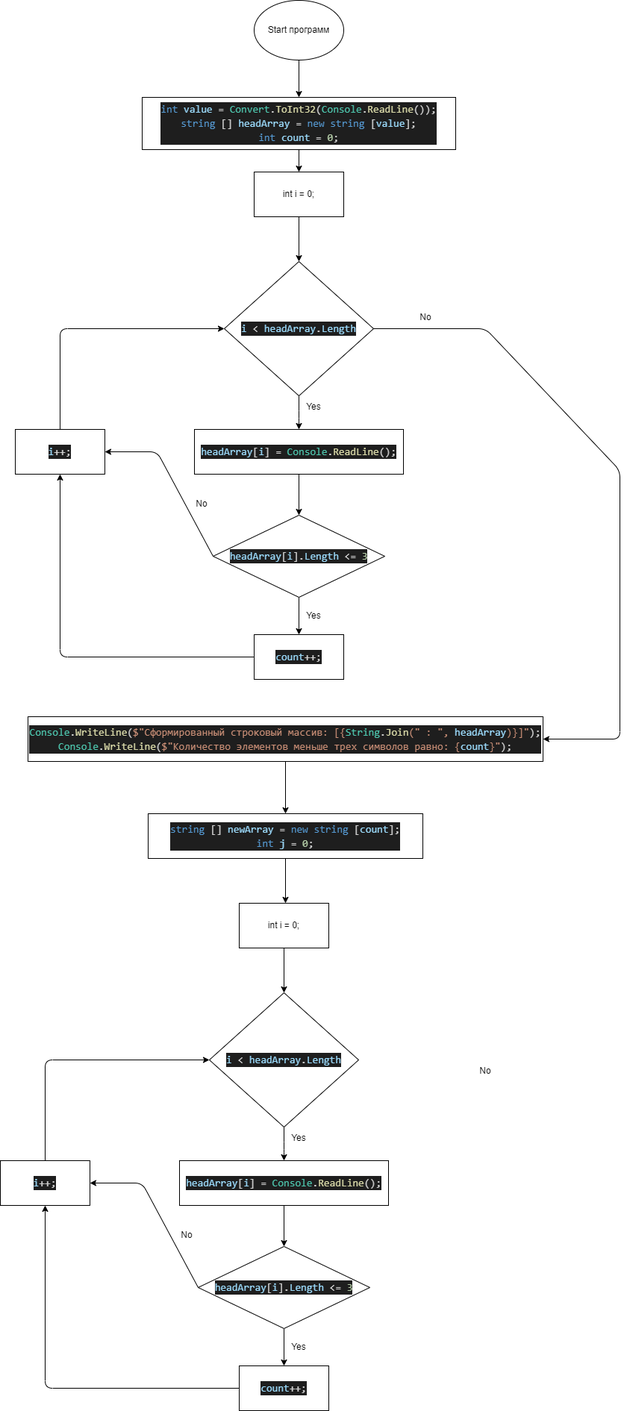
Before: strusctureMyTask.drawio.png, a diagram exported from draw.io (IgorGuselnikov/exam_of_first_quater). Source tidied: cells renumbered, new cells last; positions are measured from the earlier drawing's top-left corner, leaving out a move shared by most shapes.
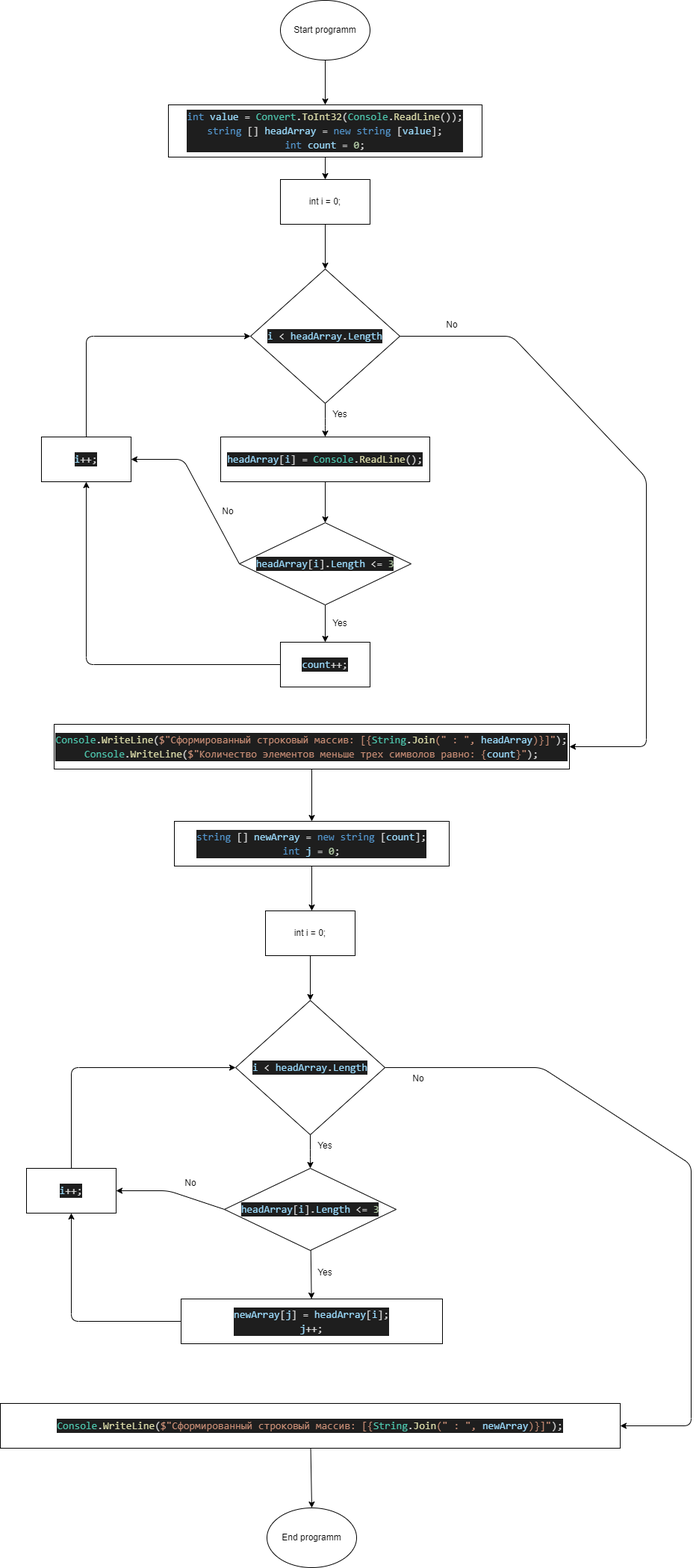
The same file after the commit.

Commit message:
edit file of structure of programm

Change to the diagram source:
```diff
@@ -5,8 +5,8 @@
     <mxCell id="2" style="edgeStyle=none;html=1;" parent="1" edge="1" source="3" target="5">
       <mxGeometry relative="1" as="geometry" />
     </mxCell>
-    <mxCell id="3" value="Start программ" style="ellipse;whiteSpace=wrap;html=1;" parent="1" vertex="1">
-      <mxGeometry x="340" width="120" height="80" as="geometry" />
+    <mxCell id="3" value="Start programm" style="ellipse;whiteSpace=wrap;html=1;" parent="1" vertex="1">
+      <mxGeometry x="340" y="-10" width="120" height="80" as="geometry" />
     </mxCell>
     <mxCell id="4" style="edgeStyle=none;html=1;" parent="1" edge="1" source="5" target="9">
       <mxGeometry relative="1" as="geometry" />
@@ -104,14 +104,24 @@
     <mxCell id="27" value="&lt;div style=&quot;color: rgb(212 , 212 , 212) ; background-color: rgb(30 , 30 , 30) ; font-family: &amp;#34;consolas&amp;#34; , &amp;#34;courier new&amp;#34; , monospace ; font-size: 14px ; line-height: 19px&quot;&gt;&lt;div&gt;&lt;span style=&quot;color: #569cd6&quot;&gt;string&lt;/span&gt; [] &lt;span style=&quot;color: #9cdcfe&quot;&gt;newArray&lt;/span&gt; = &lt;span style=&quot;color: #569cd6&quot;&gt;new&lt;/span&gt; &lt;span style=&quot;color: #569cd6&quot;&gt;string&lt;/span&gt; [&lt;span style=&quot;color: #9cdcfe&quot;&gt;count&lt;/span&gt;];&lt;/div&gt;&lt;div&gt;&lt;span style=&quot;color: #569cd6&quot;&gt;int&lt;/span&gt; &lt;span style=&quot;color: #9cdcfe&quot;&gt;j&lt;/span&gt; = &lt;span style=&quot;color: #b5cea8&quot;&gt;0&lt;/span&gt;;&lt;/div&gt;&lt;/div&gt;" style="rounded=0;whiteSpace=wrap;html=1;" parent="1" vertex="1">
       <mxGeometry x="198" y="1090" width="368" height="60" as="geometry" />
     </mxCell>
-    <mxCell id="28" style="edgeStyle=none;html=1;" parent="1" edge="1" source="29" target="33">
+    <mxCell id="28" style="edgeStyle=none;html=1;" parent="1" edge="1" source="29">
       <mxGeometry relative="1" as="geometry">
+        <mxPoint x="380" y="1555" as="targetPoint" />
         <Array as="points">
           <mxPoint x="380" y="1540" />
         </Array>
       </mxGeometry>
     </mxCell>
+    <mxCell id="45" style="edgeStyle=none;html=1;exitX=1;exitY=0.5;exitDx=0;exitDy=0;entryX=1;entryY=0.5;entryDx=0;entryDy=0;" parent="1" edge="1" source="29" target="47">
+      <mxGeometry relative="1" as="geometry">
+        <Array as="points">
+          <mxPoint x="690" y="1420" />
+          <mxPoint x="890" y="1550" />
+          <mxPoint x="890" y="1900" />
+        </Array>
+      </mxGeometry>
+    </mxCell>
-    <mxCell id="29" value="&lt;div style=&quot;color: rgb(212 , 212 , 212) ; background-color: rgb(30 , 30 , 30) ; font-family: &amp;#34;consolas&amp;#34; , &amp;#34;courier new&amp;#34; , monospace ; font-size: 14px ; line-height: 19px&quot;&gt;&lt;span style=&quot;color: #9cdcfe&quot;&gt;i&lt;/span&gt; &amp;lt; &lt;span style=&quot;color: #9cdcfe&quot;&gt;headArray&lt;/span&gt;.&lt;span style=&quot;color: #9cdcfe&quot;&gt;Length&lt;/span&gt;&lt;/div&gt;" style="rhombus;whiteSpace=wrap;html=1;" parent="1" vertex="1">
+    <mxCell id="29" value="&lt;div style=&quot;color: rgb(212 , 212 , 212) ; background-color: rgb(30 , 30 , 30) ; font-family: &amp;#34;consolas&amp;#34; , &amp;#34;courier new&amp;#34; , monospace ; font-size: 14px ; line-height: 19px&quot;&gt;&lt;div style=&quot;font-family: &amp;#34;consolas&amp;#34; , &amp;#34;courier new&amp;#34; , monospace ; line-height: 19px&quot;&gt;&lt;span style=&quot;color: #9cdcfe&quot;&gt;i&lt;/span&gt; &amp;lt; &lt;span style=&quot;color: #9cdcfe&quot;&gt;headArray&lt;/span&gt;.&lt;span style=&quot;color: #9cdcfe&quot;&gt;Length&lt;/span&gt;&lt;/div&gt;&lt;/div&gt;" style="rhombus;whiteSpace=wrap;html=1;" parent="1" vertex="1">
       <mxGeometry x="280" y="1330" width="200" height="180" as="geometry" />
     </mxCell>
     <mxCell id="30" style="edgeStyle=none;html=1;" parent="1" edge="1" source="31" target="29">
@@ -120,12 +130,11 @@
     <mxCell id="31" value="int i = 0;" style="rounded=0;whiteSpace=wrap;html=1;" parent="1" vertex="1">
       <mxGeometry x="320" y="1210" width="120" height="60" as="geometry" />
     </mxCell>
-    <mxCell id="32" style="edgeStyle=none;html=1;" parent="1" edge="1" source="33" target="36">
-      <mxGeometry relative="1" as="geometry" />
+    <mxCell id="32" style="edgeStyle=none;html=1;" parent="1" edge="1" target="36">
+      <mxGeometry relative="1" as="geometry">
+        <mxPoint x="380" y="1615" as="sourcePoint" />
+      </mxGeometry>
     </mxCell>
-    <mxCell id="33" value="&lt;div style=&quot;color: rgb(212 , 212 , 212) ; background-color: rgb(30 , 30 , 30) ; font-family: &amp;#34;consolas&amp;#34; , &amp;#34;courier new&amp;#34; , monospace ; font-size: 14px ; line-height: 19px&quot;&gt;&lt;span style=&quot;color: #9cdcfe&quot;&gt;headArray&lt;/span&gt;[&lt;span style=&quot;color: #9cdcfe&quot;&gt;i&lt;/span&gt;] = &lt;span style=&quot;color: #4ec9b0&quot;&gt;Console&lt;/span&gt;.&lt;span style=&quot;color: #dcdcaa&quot;&gt;ReadLine&lt;/span&gt;();&lt;/div&gt;" style="rounded=0;whiteSpace=wrap;html=1;" parent="1" vertex="1">
-      <mxGeometry x="240" y="1555" width="280" height="60" as="geometry" />
-    </mxCell>
     <mxCell id="34" style="edgeStyle=none;html=1;" parent="1" edge="1" source="36" target="38">
       <mxGeometry relative="1" as="geometry" />
     </mxCell>
@@ -136,18 +145,18 @@
         </Array>
       </mxGeometry>
     </mxCell>
-    <mxCell id="36" value="&lt;div style=&quot;color: rgb(212 , 212 , 212) ; background-color: rgb(30 , 30 , 30) ; font-family: &amp;#34;consolas&amp;#34; , &amp;#34;courier new&amp;#34; , monospace ; font-size: 14px ; line-height: 19px&quot;&gt;&lt;span style=&quot;color: #9cdcfe&quot;&gt;headArray&lt;/span&gt;[&lt;span style=&quot;color: #9cdcfe&quot;&gt;i&lt;/span&gt;].&lt;span style=&quot;color: #9cdcfe&quot;&gt;Length&lt;/span&gt; &amp;lt;= &lt;span style=&quot;color: #b5cea8&quot;&gt;3&lt;/span&gt;&lt;/div&gt;" style="rhombus;whiteSpace=wrap;html=1;" parent="1" vertex="1">
-      <mxGeometry x="265" y="1670" width="230" height="110" as="geometry" />
+    <mxCell id="36" value="&lt;div style=&quot;color: rgb(212 , 212 , 212) ; background-color: rgb(30 , 30 , 30) ; font-family: &amp;#34;consolas&amp;#34; , &amp;#34;courier new&amp;#34; , monospace ; font-size: 14px ; line-height: 19px&quot;&gt;&lt;div style=&quot;font-family: &amp;#34;consolas&amp;#34; , &amp;#34;courier new&amp;#34; , monospace ; line-height: 19px&quot;&gt;&lt;span style=&quot;color: #9cdcfe&quot;&gt;headArray&lt;/span&gt;[&lt;span style=&quot;color: #9cdcfe&quot;&gt;i&lt;/span&gt;].&lt;span style=&quot;color: #9cdcfe&quot;&gt;Length&lt;/span&gt; &amp;lt;= &lt;span style=&quot;color: #b5cea8&quot;&gt;3&lt;/span&gt;&lt;/div&gt;&lt;/div&gt;" style="rhombus;whiteSpace=wrap;html=1;" parent="1" vertex="1">
+      <mxGeometry x="265" y="1555" width="230" height="110" as="geometry" />
     </mxCell>
     <mxCell id="37" style="edgeStyle=none;html=1;exitX=0;exitY=0.5;exitDx=0;exitDy=0;entryX=0.5;entryY=1;entryDx=0;entryDy=0;" parent="1" edge="1" source="38" target="40">
       <mxGeometry relative="1" as="geometry">
         <Array as="points">
-          <mxPoint x="60" y="1860" />
+          <mxPoint x="60" y="1760" />
         </Array>
       </mxGeometry>
     </mxCell>
-    <mxCell id="38" value="&lt;div style=&quot;color: rgb(212 , 212 , 212) ; background-color: rgb(30 , 30 , 30) ; font-family: &amp;#34;consolas&amp;#34; , &amp;#34;courier new&amp;#34; , monospace ; font-size: 14px ; line-height: 19px&quot;&gt;&lt;span style=&quot;color: #9cdcfe&quot;&gt;count&lt;/span&gt;++;&lt;/div&gt;" style="rounded=0;whiteSpace=wrap;html=1;" parent="1" vertex="1">
-      <mxGeometry x="320" y="1830" width="120" height="60" as="geometry" />
+    <mxCell id="38" value="&lt;div style=&quot;color: rgb(212 , 212 , 212) ; background-color: rgb(30 , 30 , 30) ; font-family: &amp;#34;consolas&amp;#34; , &amp;#34;courier new&amp;#34; , monospace ; font-size: 14px ; line-height: 19px&quot;&gt;&lt;div style=&quot;font-family: &amp;#34;consolas&amp;#34; , &amp;#34;courier new&amp;#34; , monospace ; line-height: 19px&quot;&gt;&lt;div&gt;&lt;span style=&quot;color: #9cdcfe&quot;&gt;newArray&lt;/span&gt;[&lt;span style=&quot;color: #9cdcfe&quot;&gt;j&lt;/span&gt;] = &lt;span style=&quot;color: #9cdcfe&quot;&gt;headArray&lt;/span&gt;[&lt;span style=&quot;color: #9cdcfe&quot;&gt;i&lt;/span&gt;];&lt;/div&gt;&lt;div&gt;&lt;span style=&quot;color: #9cdcfe&quot;&gt;j&lt;/span&gt;++;&lt;/div&gt;&lt;/div&gt;&lt;/div&gt;" style="rounded=0;whiteSpace=wrap;html=1;" parent="1" vertex="1">
+      <mxGeometry x="207" y="1730" width="350" height="60" as="geometry" />
     </mxCell>
     <mxCell id="39" style="edgeStyle=none;html=1;exitX=0.5;exitY=0;exitDx=0;exitDy=0;entryX=0;entryY=0.5;entryDx=0;entryDy=0;" parent="1" edge="1" source="40" target="29">
       <mxGeometry relative="1" as="geometry">
@@ -163,13 +172,22 @@
       <mxGeometry x="370" y="1510" width="60" height="30" as="geometry" />
     </mxCell>
     <mxCell id="42" value="Yes" style="text;html=1;strokeColor=none;fillColor=none;align=center;verticalAlign=middle;whiteSpace=wrap;rounded=0;" parent="1" vertex="1">
-      <mxGeometry x="370" y="1790" width="60" height="30" as="geometry" />
+      <mxGeometry x="370" y="1680" width="60" height="30" as="geometry" />
     </mxCell>
     <mxCell id="43" value="No" style="text;html=1;strokeColor=none;fillColor=none;align=center;verticalAlign=middle;whiteSpace=wrap;rounded=0;" parent="1" vertex="1">
-      <mxGeometry x="220" y="1640" width="60" height="30" as="geometry" />
+      <mxGeometry x="190" y="1560" width="60" height="30" as="geometry" />
     </mxCell>
     <mxCell id="44" value="No" style="text;html=1;strokeColor=none;fillColor=none;align=center;verticalAlign=middle;whiteSpace=wrap;rounded=0;" parent="1" vertex="1">
-      <mxGeometry x="620" y="1420" width="60" height="30" as="geometry" />
+      <mxGeometry x="495" y="1420" width="60" height="30" as="geometry" />
     </mxCell>
+    <mxCell id="46" style="edgeStyle=none;html=1;" parent="1" edge="1" source="47" target="48">
+      <mxGeometry relative="1" as="geometry" />
+    </mxCell>
+    <mxCell id="47" value="&lt;div style=&quot;color: rgb(212 , 212 , 212) ; background-color: rgb(30 , 30 , 30) ; font-family: &amp;#34;consolas&amp;#34; , &amp;#34;courier new&amp;#34; , monospace ; font-size: 14px ; line-height: 19px&quot;&gt;&lt;span style=&quot;color: #4ec9b0&quot;&gt;Console&lt;/span&gt;.&lt;span style=&quot;color: #dcdcaa&quot;&gt;WriteLine&lt;/span&gt;(&lt;span style=&quot;color: #ce9178&quot;&gt;$&quot;&lt;/span&gt;&lt;span style=&quot;color: #ce9178&quot;&gt;Сформированный строковый массив: [&lt;/span&gt;&lt;span style=&quot;color: #ce9178&quot;&gt;{&lt;/span&gt;&lt;span style=&quot;color: #4ec9b0&quot;&gt;String&lt;/span&gt;.&lt;span style=&quot;color: #dcdcaa&quot;&gt;Join&lt;/span&gt;&lt;span style=&quot;color: #ce9178&quot;&gt;(&lt;/span&gt;&lt;span style=&quot;color: #ce9178&quot;&gt;&quot; : &quot;&lt;/span&gt;&lt;span style=&quot;color: #ce9178&quot;&gt;, &lt;/span&gt;&lt;span style=&quot;color: #9cdcfe&quot;&gt;newArray&lt;/span&gt;&lt;span style=&quot;color: #ce9178&quot;&gt;)}&lt;/span&gt;&lt;span style=&quot;color: #ce9178&quot;&gt;]&lt;/span&gt;&lt;span style=&quot;color: #ce9178&quot;&gt;&quot;&lt;/span&gt;);&lt;/div&gt;" style="rounded=0;whiteSpace=wrap;html=1;" parent="1" vertex="1">
+      <mxGeometry x="-35" y="1870" width="830" height="60" as="geometry" />
+    </mxCell>
+    <mxCell id="48" value="End programm" style="ellipse;whiteSpace=wrap;html=1;" parent="1" vertex="1">
+      <mxGeometry x="322" y="2010" width="120" height="80" as="geometry" />
+    </mxCell>
   </root>
 </mxGraphModel>
```
